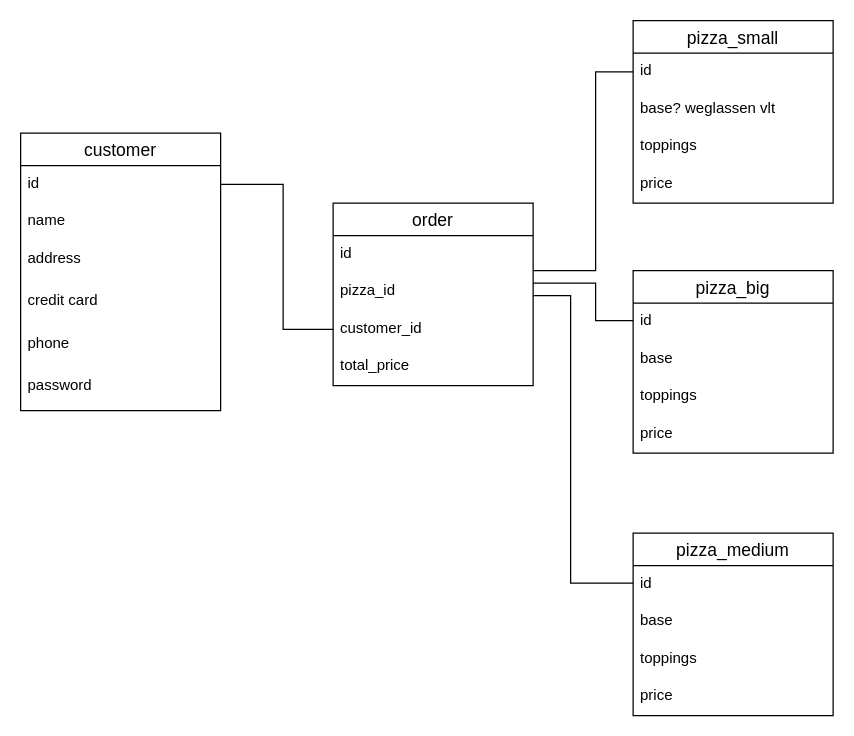
Before: Task 1/Domina.drawio in BlackFox1197/sdi, a draw.io diagram. Source tidied: cells renumbered, new cells numbered last; positions are measured from the earlier drawing's top-left corner, leaving out a move shared by most shapes. Both pictures are drawn from the tidied source at 125%, with x=0, y=0 at pixel (20, 20).
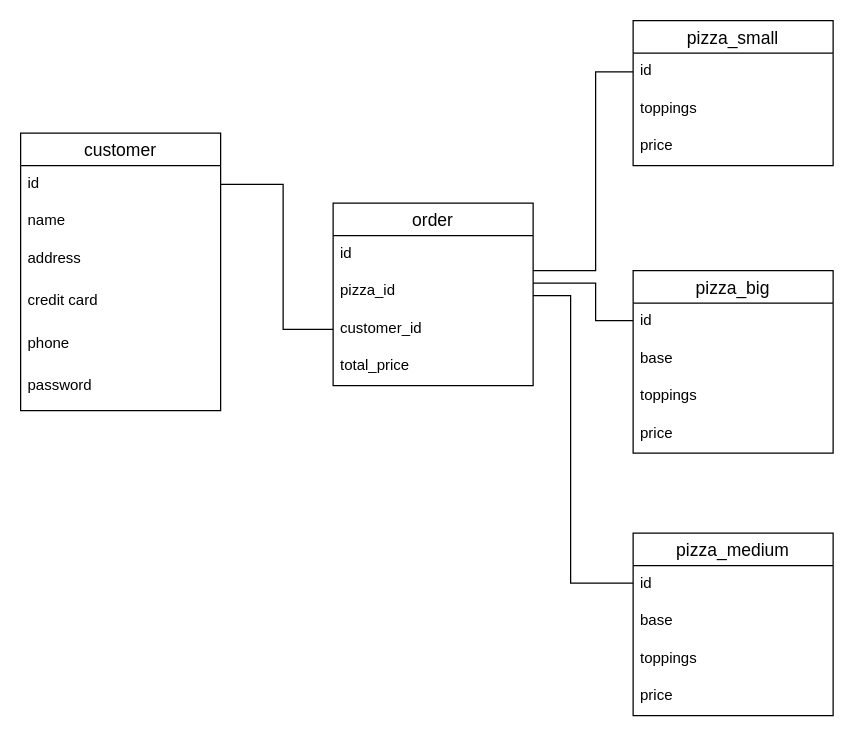
The same page after the edit.

Change to the diagram source:
```diff
@@
     <mxCell id="19" value="pizza_small" style="swimlane;fontStyle=0;horizontal=1;startSize=26;align=center;fontSize=14;" parent="1" vertex="1">
-      <mxGeometry x="490" width="160" height="146" as="geometry" />
+      <mxGeometry x="490" width="160" height="116" as="geometry" />
     </mxCell>
@@
-    <mxCell id="21" value="base? weglassen vlt" style="text;strokeColor=none;fillColor=none;spacingLeft=4;spacingRight=4;overflow=hidden;fontSize=12;" parent="19" vertex="1">
-      <mxGeometry y="56" width="160" height="30" as="geometry" />
-    </mxCell>
     <mxCell id="22" value="toppings" style="text;strokeColor=none;fillColor=none;spacingLeft=4;spacingRight=4;overflow=hidden;fontSize=12;" parent="19" vertex="1">
-      <mxGeometry y="86" width="160" height="30" as="geometry" />
+      <mxGeometry y="56" width="160" height="30" as="geometry" />
     </mxCell>
     <mxCell id="23" value="price" style="text;strokeColor=none;fillColor=none;spacingLeft=4;spacingRight=4;overflow=hidden;fontSize=12;" parent="19" vertex="1">
-      <mxGeometry y="116" width="160" height="30" as="geometry" />
+      <mxGeometry y="86" width="160" height="30" as="geometry" />
     </mxCell>
```
